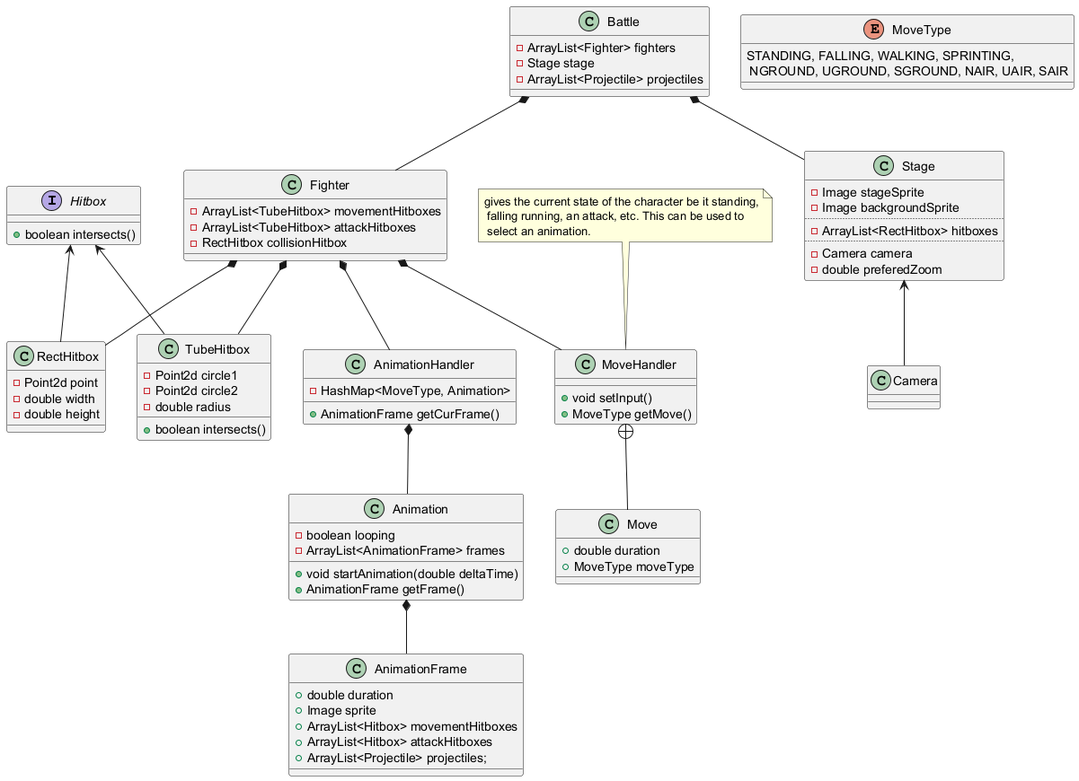
The PlantUML diagram uml-diagram/fighting-game-uml.png in HedgehogKb/CharacterFightingGame, before a commit.
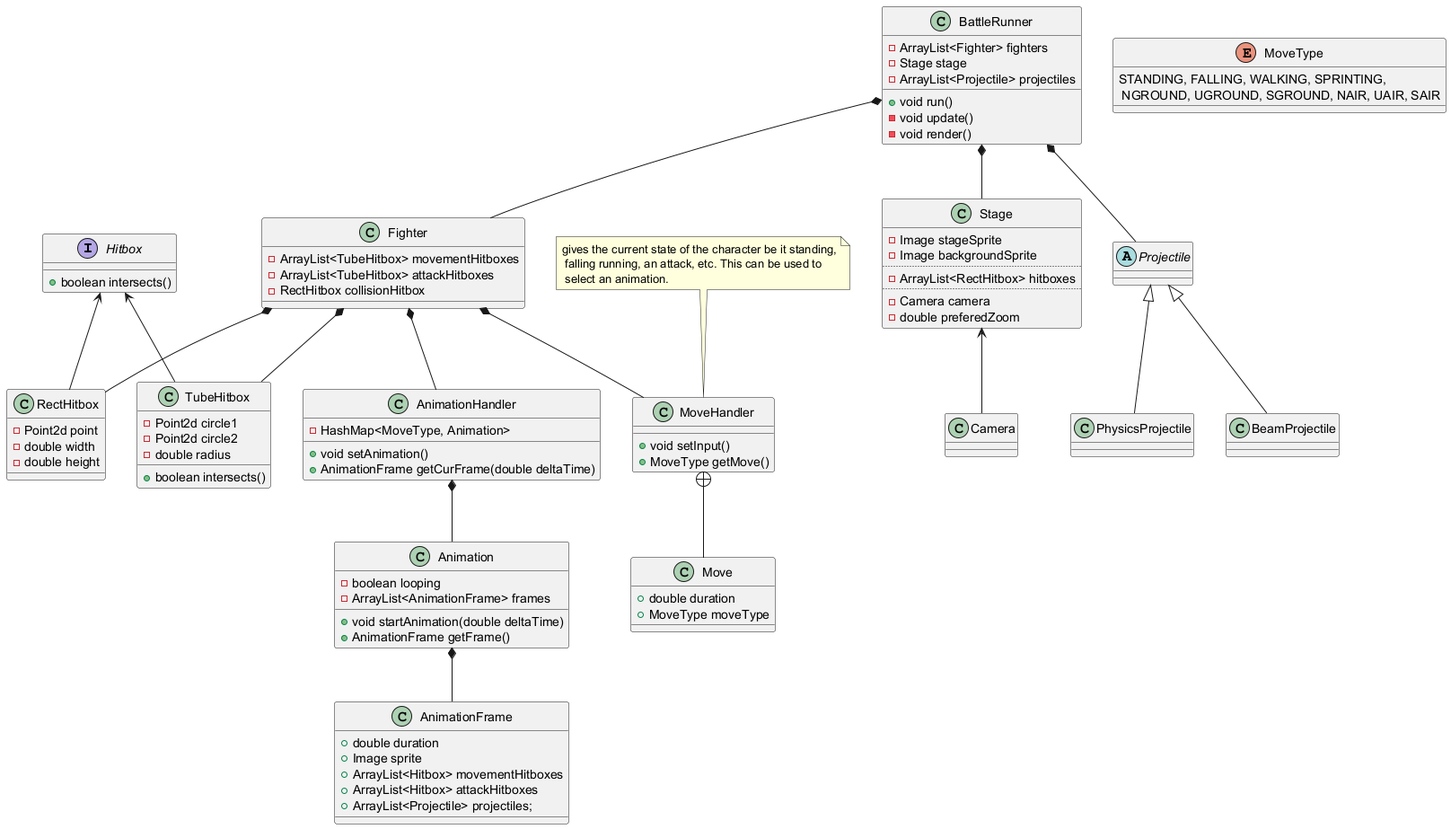
The same file after the commit.

Change to the diagram source:
```diff
@@ -24,7 +24,8 @@
 
 class AnimationHandler {
     - HashMap<MoveType, Animation>
-    + AnimationFrame getCurFrame()
+    + void setAnimation()
+    + AnimationFrame getCurFrame(double deltaTime)
 }
 
 class Animation {
@@ -70,10 +71,26 @@
 
 }
 
-class Battle {
+abstract Projectile {
+
+}
+
+class PhysicsProjectile {
+
+}
+
+class BeamProjectile {
+
+}
+
+class BattleRunner {
     - ArrayList<Fighter> fighters
     - Stage stage
     - ArrayList<Projectile> projectiles
+
+    + void run()
+    - void update()
+    - void render()
 }
 
 note "gives the current state of the character be it standing,\n falling running, an attack, etc. This can be used to\n select an animation." as N1
@@ -93,8 +110,12 @@
 
 Stage <-- Camera
 
-Battle *-- Fighter
-Battle *-- Stage
+Projectile <|-- PhysicsProjectile
+Projectile <|-- BeamProjectile
+
+BattleRunner *-- Fighter
+BattleRunner *-- Stage
+BattleRunner *-- Projectile
 
 N1 .. MoveHandler
 @enduml
```
